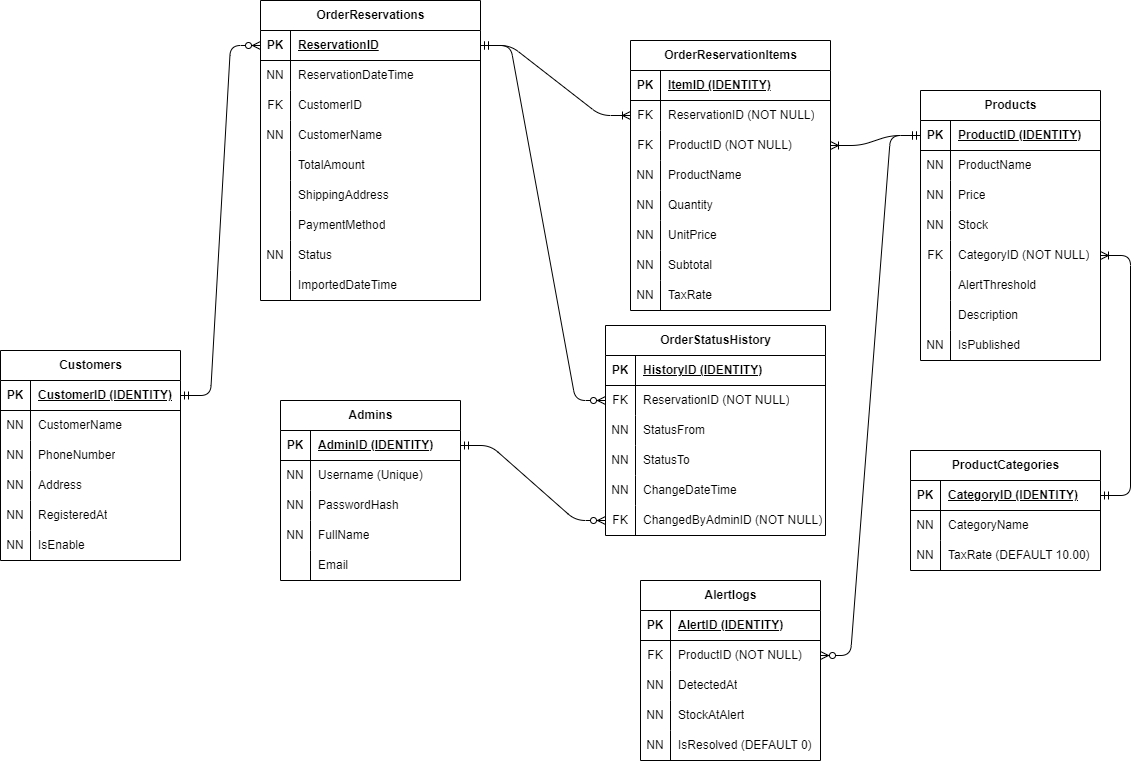
The draw.io diagram docs/diagrams/ERD.drawio.png in ASK-STEM-official/20_Jakunen_Demo, before a commit. Source tidied: cells renumbered, new cells last; positions are measured from the earlier drawing's top-left corner, leaving out a move shared by most shapes.
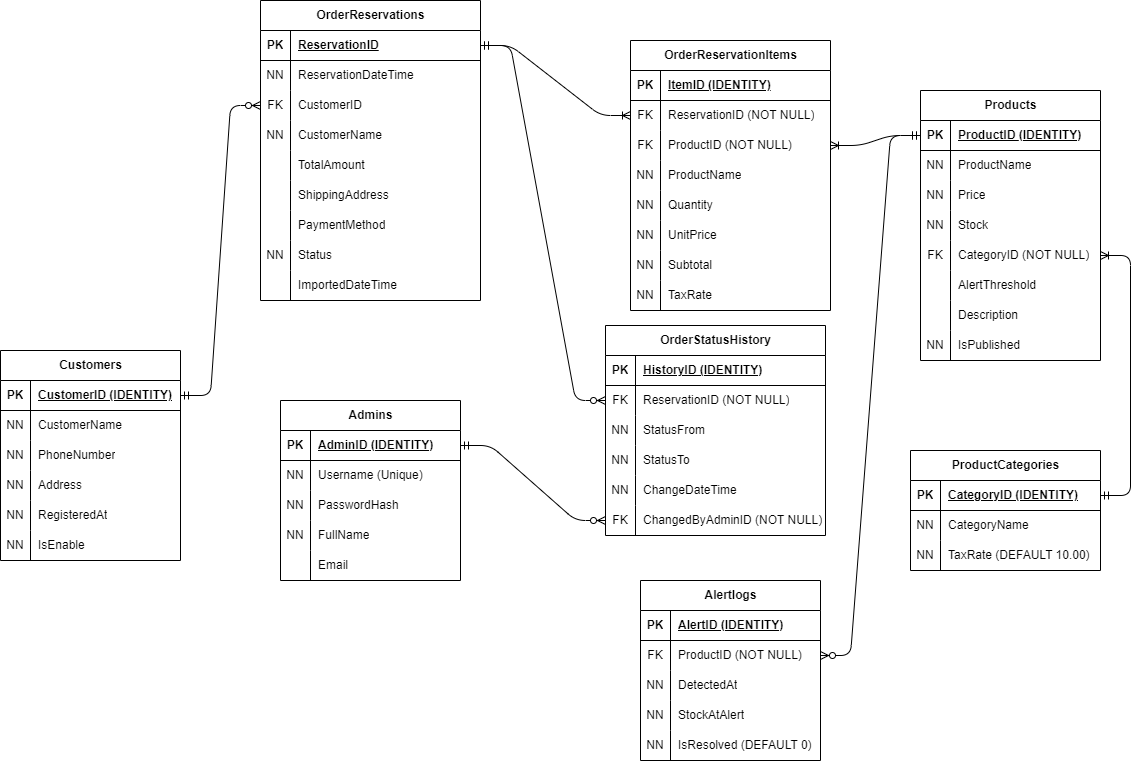
The same file after the commit.

Diff of the diagram source:
```diff
@@ -500,7 +500,7 @@
     <mxCell id="164" style="edgeStyle=entityRelationEdgeStyle;fontSize=12;html=1;endArrow=ERoneToMany;startArrow=ERmandOne;entryX=1;entryY=0.5;entryDx=0;entryDy=0;exitX=1;exitY=0.5;exitDx=0;exitDy=0;" parent="1" edge="1" source="116" target="103">
       <mxGeometry relative="1" as="geometry" />
     </mxCell>
-    <mxCell id="165" style="edgeStyle=entityRelationEdgeStyle;fontSize=12;html=1;endArrow=ERzeroToMany;startArrow=ERmandOne;exitX=1;exitY=0.5;exitDx=0;exitDy=0;entryX=0;entryY=0.5;entryDx=0;entryDy=0;" parent="1" edge="1" source="126" target="3">
+    <mxCell id="165" style="edgeStyle=entityRelationEdgeStyle;fontSize=12;html=1;endArrow=ERzeroToMany;startArrow=ERmandOne;exitX=1;exitY=0.5;exitDx=0;exitDy=0;entryX=0;entryY=0.5;entryDx=0;entryDy=0;" parent="1" edge="1" source="126" target="9">
       <mxGeometry relative="1" as="geometry" />
     </mxCell>
     <mxCell id="166" style="edgeStyle=entityRelationEdgeStyle;fontSize=12;html=1;endArrow=ERoneToMany;startArrow=ERmandOne;entryX=1;entryY=0.5;entryDx=0;entryDy=0;exitX=0;exitY=0.5;exitDx=0;exitDy=0;" parent="1" edge="1" source="91" target="37">
```
